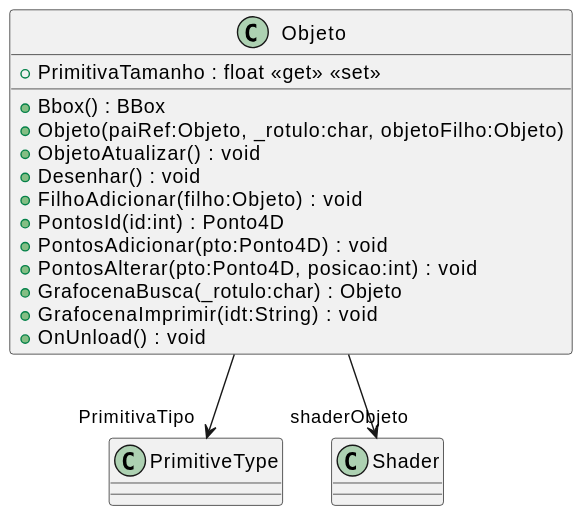
This is svg/Unidade2/CG_N2_Exemplo/plantuml/Objeto.svg from majutestoni/disciplina_CG_2025_1, a PlantUML export, as it was before one commit. Source of this version:
```plantuml
@startuml
class Objeto {
    + PrimitivaTamanho : float <<get>> <<set>>
    + Bbox() : BBox
    + Objeto(paiRef:Objeto, _rotulo:char, objetoFilho:Objeto)
    + ObjetoAtualizar() : void
    + Desenhar() : void
    + FilhoAdicionar(filho:Objeto) : void
    + PontosId(id:int) : Ponto4D
    + PontosAdicionar(pto:Ponto4D) : void
    + PontosAlterar(pto:Ponto4D, posicao:int) : void
    + GrafocenaBusca(_rotulo:char) : Objeto
    + GrafocenaImprimir(idt:String) : void
    + OnUnload() : void
}
Objeto --> "PrimitivaTipo" PrimitiveType
Objeto --> "shaderObjeto" Shader
@enduml
```
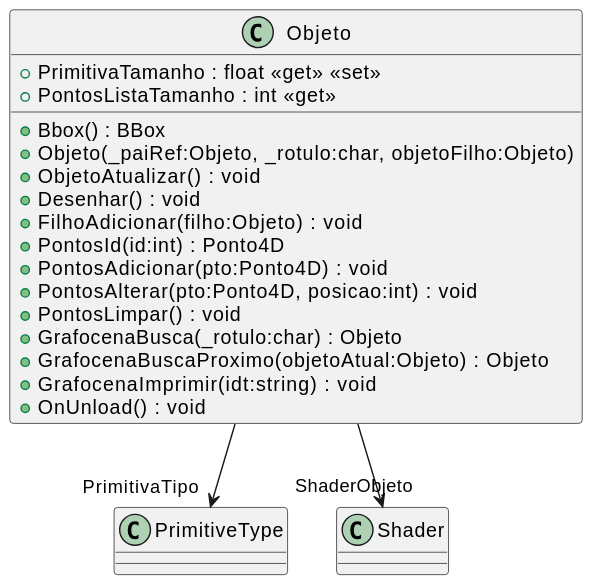
Above is the later version.

Diff of the diagram source:
```diff
@@ -1,18 +1,21 @@
 @startuml
 class Objeto {
     + PrimitivaTamanho : float <<get>> <<set>>
+    + PontosListaTamanho : int <<get>>
     + Bbox() : BBox
-    + Objeto(paiRef:Objeto, _rotulo:char, objetoFilho:Objeto)
+    + Objeto(_paiRef:Objeto, _rotulo:char, objetoFilho:Objeto)
     + ObjetoAtualizar() : void
     + Desenhar() : void
     + FilhoAdicionar(filho:Objeto) : void
     + PontosId(id:int) : Ponto4D
     + PontosAdicionar(pto:Ponto4D) : void
     + PontosAlterar(pto:Ponto4D, posicao:int) : void
+    + PontosLimpar() : void
     + GrafocenaBusca(_rotulo:char) : Objeto
-    + GrafocenaImprimir(idt:String) : void
+    + GrafocenaBuscaProximo(objetoAtual:Objeto) : Objeto
+    + GrafocenaImprimir(idt:string) : void
     + OnUnload() : void
 }
 Objeto --> "PrimitivaTipo" PrimitiveType
-Objeto --> "shaderObjeto" Shader
+Objeto --> "ShaderObjeto" Shader
 @enduml
```
